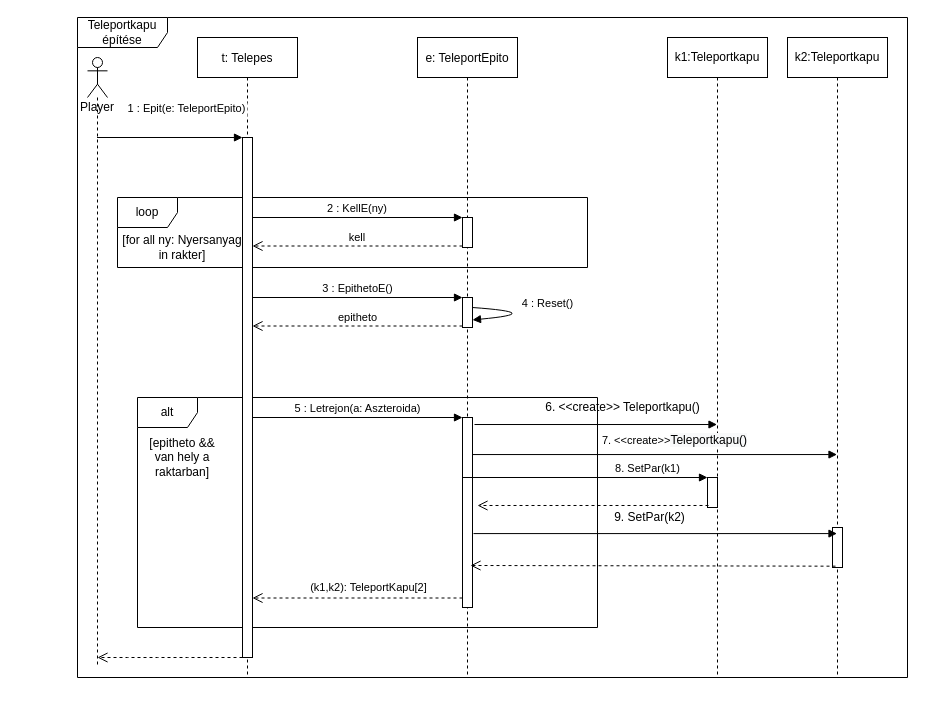
The draw.io diagram page "Page-2" (1 of 2) of doc/uml/szekvencia_teleportEpit.drawio in torpeBoiGo/aszteroidabanyaszat, before the edit. Source tidied: cells renumbered, new cells numbered last; positions are measured from the earlier drawing's top-left corner, leaving out a move shared by most shapes. Both pictures are drawn from the tidied source at 100%, with x=0, y=0 at pixel (77, 17).
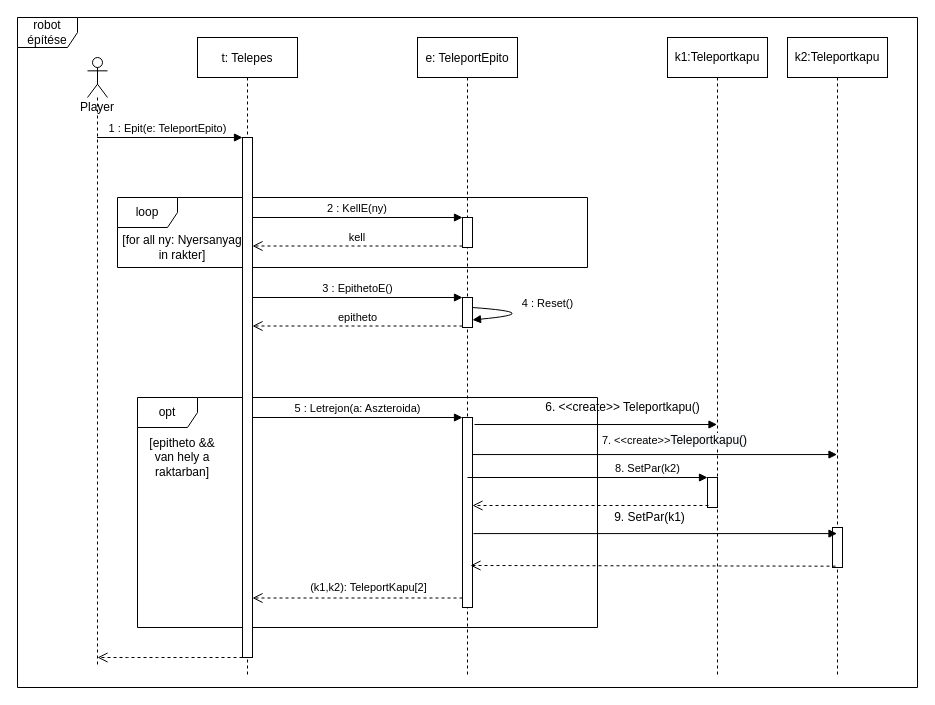
Above is the later version.

Commit message:
Update szekvencia_teleportEpit.drawio: keret, alt helyett opt

Unchanged cells that the change refers to:
```xml
<mxCell id="11" style="html=1;points=[];perimeter=orthogonalPerimeter;" parent="8" vertex="1">
  <mxGeometry x="45" y="380" width="10" height="190" as="geometry" />
</mxCell>
<mxCell id="23" style="html=1;points=[];perimeter=orthogonalPerimeter;" parent="22" vertex="1">
  <mxGeometry x="40" y="440" width="10" height="30" as="geometry" />
</mxCell>
<mxCell id="24" value="k2:Teleportkapu" style="shape=umlLifeline;perimeter=lifelinePerimeter;whiteSpace=wrap;html=1;outlineConnect=0;" parent="1" vertex="1">
  <mxGeometry x="710" y="20" width="100" height="640" as="geometry" />
</mxCell>
<mxCell id="32" value="Player" style="shape=umlLifeline;participant=umlActor;perimeter=lifelinePerimeter;whiteSpace=wrap;html=1;verticalAlign=top;spacingTop=36;outlineConnect=0;" parent="1" vertex="1">
  <mxGeometry x="10" y="40" width="20" height="610" as="geometry" />
</mxCell>
```

Change to the diagram source:
```diff
@@
-    <mxCell id="2" value="Teleportkapu építése" style="shape=umlFrame;whiteSpace=wrap;html=1;width=90;height=30;" parent="1" vertex="1">
-      <mxGeometry width="830" height="660" as="geometry" />
-    </mxCell>
+    <mxCell id="36" value="robot építése" style="shape=umlFrame;whiteSpace=wrap;html=1;" parent="1" vertex="1">
+      <mxGeometry x="-60" width="900" height="670" as="geometry" />
+    </mxCell>
-    <mxCell id="3" value="alt" style="shape=umlFrame;whiteSpace=wrap;html=1;" parent="1" vertex="1">
+    <mxCell id="3" value="opt" style="shape=umlFrame;whiteSpace=wrap;html=1;" parent="1" vertex="1">
       <mxGeometry x="60" y="380" width="460" height="230" as="geometry" />
     </mxCell>
@@
     <mxCell id="17" value="1 : Epit(e: TeleportEpito)" style="verticalAlign=bottom;startArrow=none;endArrow=block;startSize=8;shadow=0;strokeWidth=1;startFill=0;" parent="1" edge="1" source="32">
-      <mxGeometry x="0.24" y="20" relative="1" as="geometry">
+      <mxGeometry x="-0.03" relative="1" as="geometry">
         <mxPoint x="165" y="120" as="targetPoint" />
       </mxGeometry>
     </mxCell>
@@
-    <mxCell id="26" style="html=1;verticalAlign=bottom;endArrow=block;exitX=1;exitY=0.195;exitDx=0;exitDy=0;exitPerimeter=0;" parent="1" edge="1">
+    <mxCell id="26" style="html=1;verticalAlign=bottom;endArrow=block;" parent="1" edge="1">
       <mxGeometry x="0.08" y="10" relative="1" as="geometry">
-        <mxPoint x="385.5" y="460" as="sourcePoint" />
+        <mxPoint x="390" y="460" as="sourcePoint" />
         <mxPoint x="630" y="460" as="targetPoint" />
       </mxGeometry>
     </mxCell>
-    <mxCell id="27" value="8. SetPar(k1)" style="html=1;verticalAlign=bottom;endArrow=block;exitX=1.1;exitY=0.611;exitDx=0;exitDy=0;exitPerimeter=0;" parent="1" edge="1" source="11" target="24">
+    <mxCell id="27" value="8. SetPar(k2)" style="html=1;verticalAlign=bottom;endArrow=block;exitX=1.1;exitY=0.611;exitDx=0;exitDy=0;exitPerimeter=0;" parent="1" edge="1" source="11" target="24">
       <mxGeometry x="-0.04" y="56" relative="1" as="geometry" />
     </mxCell>
-    <mxCell id="28" value="9. SetPar(k2)" style="text;html=1;align=center;verticalAlign=middle;" parent="1" vertex="1">
+    <mxCell id="28" value="9. SetPar(k1)" style="text;html=1;align=center;verticalAlign=middle;" parent="1" vertex="1">
       <mxGeometry x="527" y="490" width="90" height="20" as="geometry" />
     </mxCell>
@@
-    <mxCell id="33" style="html=1;verticalAlign=bottom;endArrow=open;dashed=1;endSize=8;exitX=0.1;exitY=0.933;exitDx=0;exitDy=0;exitPerimeter=0;" parent="1" edge="1" source="23">
-      <mxGeometry relative="1" as="geometry">
-        <mxPoint x="400" y="488" as="targetPoint" />
-      </mxGeometry>
+    <mxCell id="33" style="html=1;verticalAlign=bottom;endArrow=open;dashed=1;endSize=8;exitX=0.1;exitY=0.933;exitDx=0;exitDy=0;exitPerimeter=0;" parent="1" edge="1" source="23" target="11">
+      <mxGeometry relative="1" as="geometry" />
     </mxCell>
```
